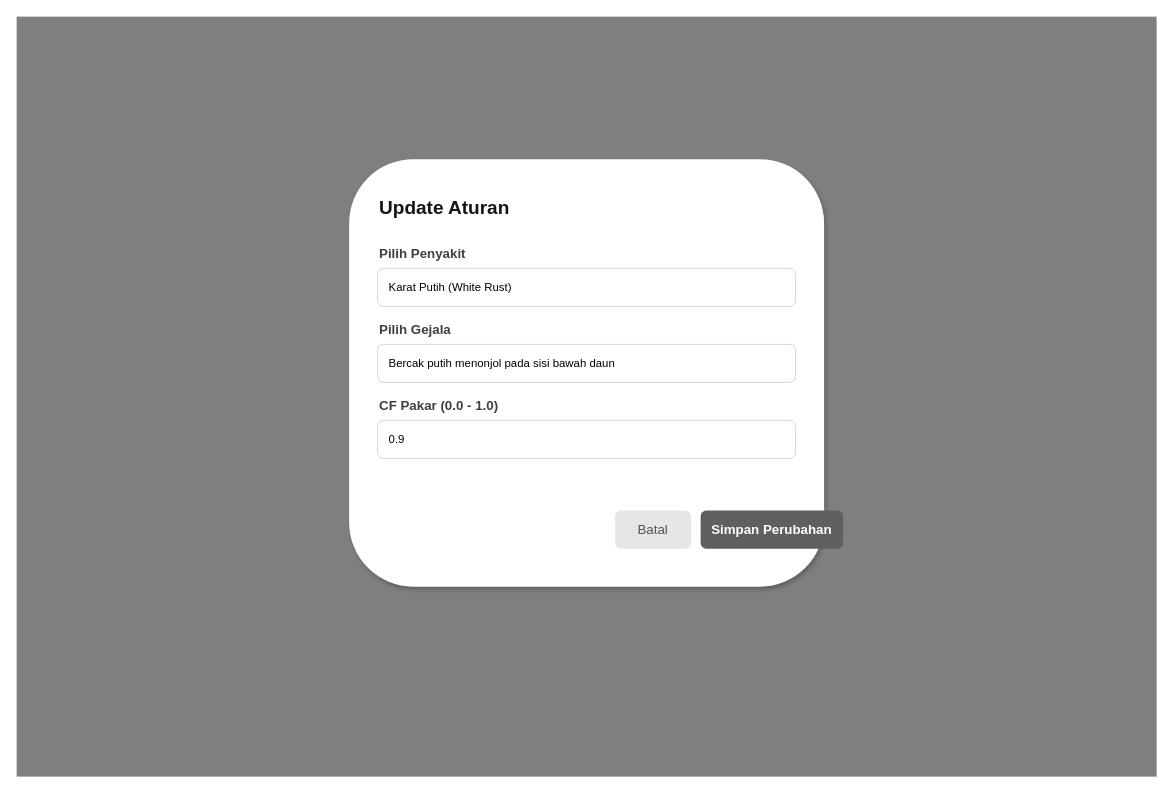
Above: diagram/desain_backup/admin-update-aturan.drawio in RajaSunrise/kangkungku (draw.io), before the change. Source tidied: cells renumbered, new cells numbered last; positions are measured from the earlier drawing's top-left corner, leaving out a move shared by most shapes. Both pictures are drawn from the tidied source at 95%, with x=0, y=0 at pixel (16, 16).
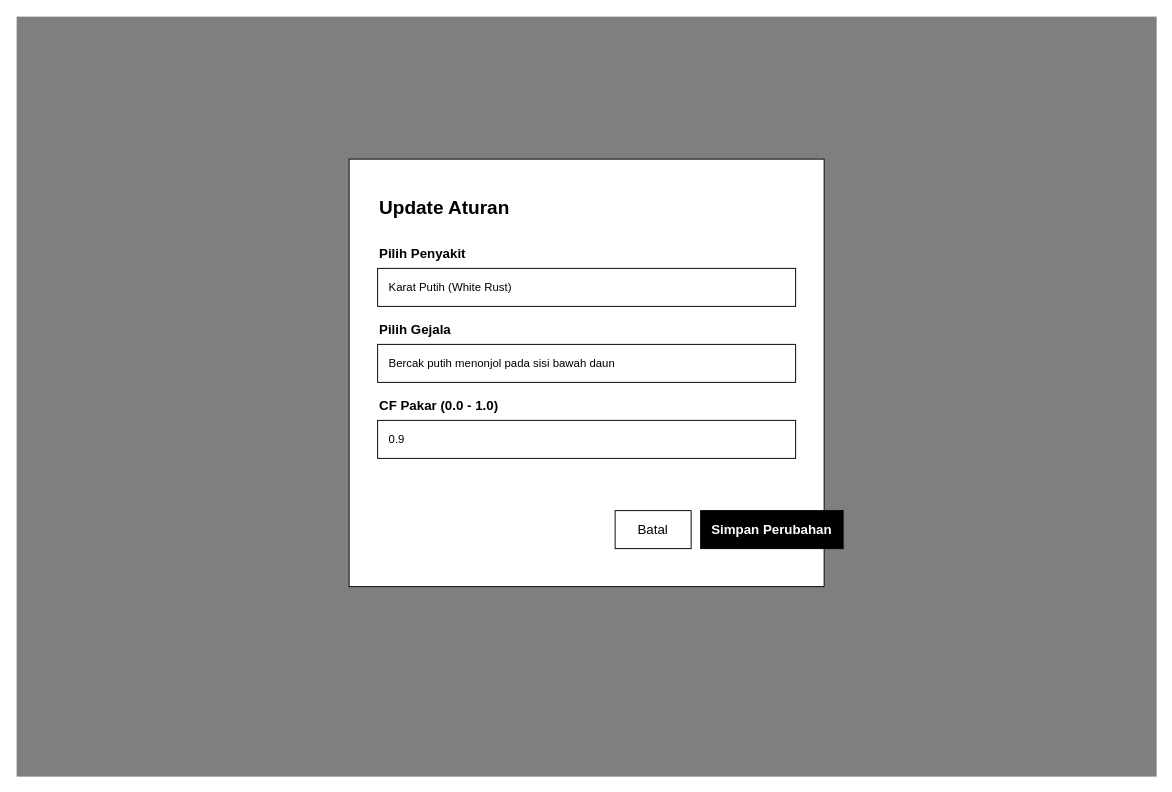
After the change.

Diff of the diagram source:
```diff
@@
 <mxGraphModel>
   <root>
     <mxCell id="0" />
     <mxCell id="1" parent="0" />
     <mxCell id="2" style="rounded=0;whiteSpace=wrap;html=1;fillColor=#000000;fillOpacity=50;strokeColor=none;" parent="1" vertex="1">
       <mxGeometry width="1200" height="800" as="geometry" />
     </mxCell>
-    <mxCell id="3" style="rounded=1;whiteSpace=wrap;html=1;fillColor=#FFFFFF;strokeColor=none;shadow=1;" parent="1" vertex="1">
+    <mxCell id="3" style="rounded=0;whiteSpace=wrap;html=1;fillColor=#FFFFFF;strokeColor=#000000;" parent="1" vertex="1">
       <mxGeometry x="350" y="150" width="500" height="450" as="geometry" />
     </mxCell>
-    <mxCell id="4" value="Update Aturan" style="text;html=1;strokeColor=none;fillColor=none;align=left;verticalAlign=middle;whiteSpace=wrap;rounded=0;fontColor=#151515;fontSize=20;fontStyle=1;" parent="1" vertex="1">
+    <mxCell id="4" value="Update Aturan" style="text;html=1;strokeColor=none;fillColor=none;align=left;verticalAlign=middle;whiteSpace=wrap;rounded=0;fontColor=#000000;fontSize=20;fontStyle=1;" parent="1" vertex="1">
       <mxGeometry x="380" y="180" width="300" height="40" as="geometry" />
     </mxCell>
-    <mxCell id="5" value="Pilih Penyakit" style="text;html=1;strokeColor=none;fillColor=none;align=left;verticalAlign=middle;whiteSpace=wrap;rounded=0;fontColor=#3F3F3F;fontSize=14;fontStyle=1;" parent="1" vertex="1">
+    <mxCell id="5" value="Pilih Penyakit" style="text;html=1;strokeColor=none;fillColor=none;align=left;verticalAlign=middle;whiteSpace=wrap;rounded=0;fontColor=#000000;fontSize=14;fontStyle=1;" parent="1" vertex="1">
       <mxGeometry x="380" y="240" width="150" height="20" as="geometry" />
     </mxCell>
-    <mxCell id="6" value="Karat Putih (White Rust)" style="rounded=1;whiteSpace=wrap;html=1;fillColor=#FFFFFF;strokeColor=#D4D4D4;align=left;spacingLeft=10;" parent="1" vertex="1">
+    <mxCell id="6" value="Karat Putih (White Rust)" style="rounded=0;whiteSpace=wrap;html=1;fillColor=#FFFFFF;strokeColor=#000000;align=left;spacingLeft=10;" parent="1" vertex="1">
       <mxGeometry x="380" y="265" width="440" height="40" as="geometry" />
     </mxCell>
-    <mxCell id="7" value="Pilih Gejala" style="text;html=1;strokeColor=none;fillColor=none;align=left;verticalAlign=middle;whiteSpace=wrap;rounded=0;fontColor=#3F3F3F;fontSize=14;fontStyle=1;" parent="1" vertex="1">
+    <mxCell id="7" value="Pilih Gejala" style="text;html=1;strokeColor=none;fillColor=none;align=left;verticalAlign=middle;whiteSpace=wrap;rounded=0;fontColor=#000000;fontSize=14;fontStyle=1;" parent="1" vertex="1">
       <mxGeometry x="380" y="320" width="150" height="20" as="geometry" />
     </mxCell>
-    <mxCell id="8" value="Bercak putih menonjol pada sisi bawah daun" style="rounded=1;whiteSpace=wrap;html=1;fillColor=#FFFFFF;strokeColor=#D4D4D4;align=left;spacingLeft=10;" parent="1" vertex="1">
+    <mxCell id="8" value="Bercak putih menonjol pada sisi bawah daun" style="rounded=0;whiteSpace=wrap;html=1;fillColor=#FFFFFF;strokeColor=#000000;align=left;spacingLeft=10;" parent="1" vertex="1">
       <mxGeometry x="380" y="345" width="440" height="40" as="geometry" />
     </mxCell>
-    <mxCell id="9" value="CF Pakar (0.0 - 1.0)" style="text;html=1;strokeColor=none;fillColor=none;align=left;verticalAlign=middle;whiteSpace=wrap;rounded=0;fontColor=#3F3F3F;fontSize=14;fontStyle=1;" parent="1" vertex="1">
+    <mxCell id="9" value="CF Pakar (0.0 - 1.0)" style="text;html=1;strokeColor=none;fillColor=none;align=left;verticalAlign=middle;whiteSpace=wrap;rounded=0;fontColor=#000000;fontSize=14;fontStyle=1;" parent="1" vertex="1">
       <mxGeometry x="380" y="400" width="200" height="20" as="geometry" />
     </mxCell>
-    <mxCell id="10" value="0.9" style="rounded=1;whiteSpace=wrap;html=1;fillColor=#FFFFFF;strokeColor=#D4D4D4;align=left;spacingLeft=10;" parent="1" vertex="1">
+    <mxCell id="10" value="0.9" style="rounded=0;whiteSpace=wrap;html=1;fillColor=#FFFFFF;strokeColor=#000000;align=left;spacingLeft=10;" parent="1" vertex="1">
       <mxGeometry x="380" y="425" width="440" height="40" as="geometry" />
     </mxCell>
-    <mxCell id="11" value="Batal" style="rounded=1;whiteSpace=wrap;html=1;fillColor=#E6E6E6;strokeColor=none;fontColor=#535353;fontSize=14;" parent="1" vertex="1">
+    <mxCell id="11" value="Batal" style="rounded=0;whiteSpace=wrap;html=1;fillColor=#FFFFFF;strokeColor=#000000;fontColor=#000000;fontSize=14;" parent="1" vertex="1">
       <mxGeometry x="630" y="520" width="80" height="40" as="geometry" />
     </mxCell>
-    <mxCell id="12" value="Simpan Perubahan" style="rounded=1;whiteSpace=wrap;html=1;fillColor=#5F5F5F;strokeColor=none;fontColor=#FFFFFF;fontStyle=1;fontSize=14;" parent="1" vertex="1">
+    <mxCell id="12" value="Simpan Perubahan" style="rounded=0;whiteSpace=wrap;html=1;fillColor=#000000;strokeColor=#000000;fontColor=#FFFFFF;fontStyle=1;fontSize=14;" parent="1" vertex="1">
       <mxGeometry x="720" y="520" width="150" height="40" as="geometry" />
     </mxCell>
   </root>
 </mxGraphModel>
```
